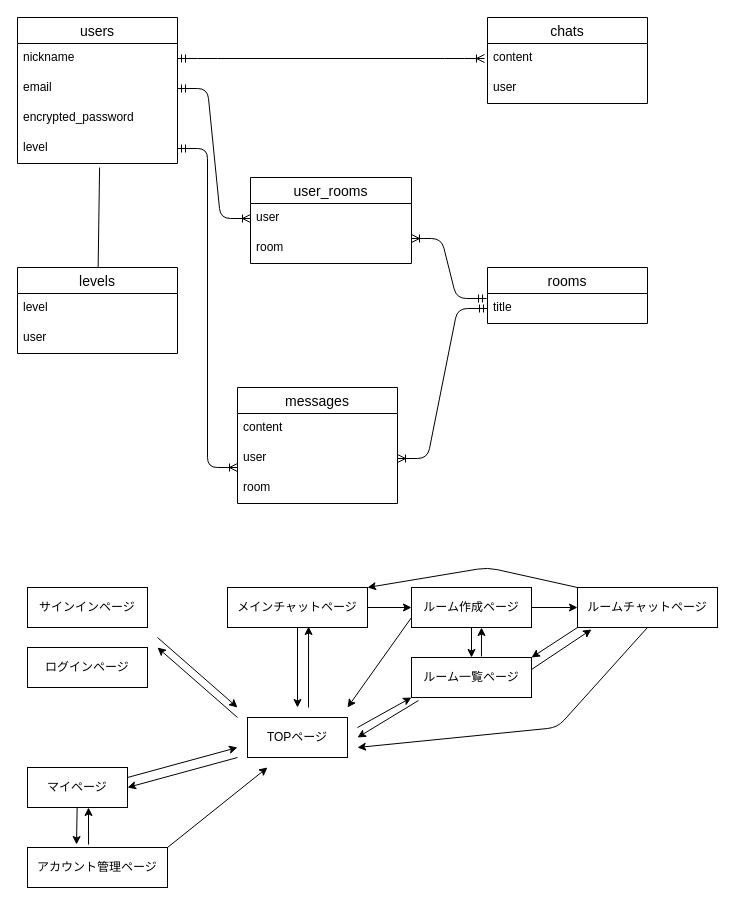
The draw.io diagram amigo.dio in pii-programmer/amigo, before the edit. Source tidied: cells renumbered, new cells numbered last; positions are measured from the earlier drawing's top-left corner, leaving out a move shared by most shapes. Both pictures are drawn from the tidied source at 100%, with x=0, y=0 at pixel (17, 17).
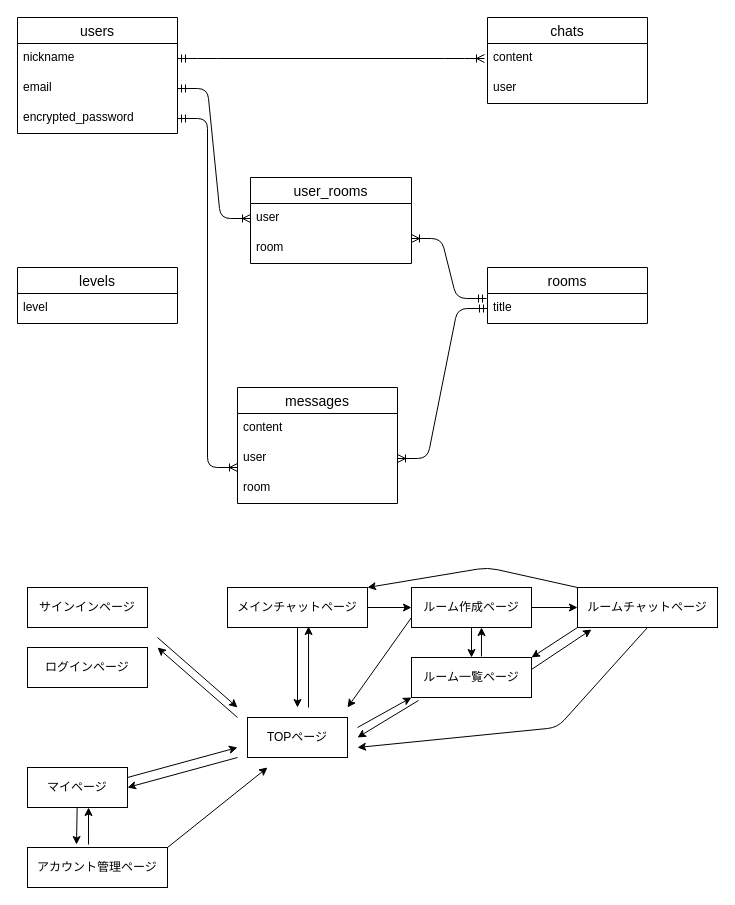
Above is the later version.

Commit message:
【DB編集】ER図も編集

The change refers to these unchanged cells:
```xml
<mxCell id="5" value="encrypted_password" style="text;strokeColor=none;fillColor=none;spacingLeft=4;spacingRight=4;overflow=hidden;points=[[0,0.5],[1,0.5]];portConstraint=eastwest;fontSize=12;" parent="2" vertex="1">
  <mxGeometry y="86" width="160" height="30" as="geometry" />
</mxCell>
```

What changed in the source:
```diff
@@
     <mxCell id="2" value="users" style="swimlane;fontStyle=0;horizontal=1;startSize=26;align=center;fontSize=14;" parent="1" vertex="1">
-      <mxGeometry width="160" height="146" as="geometry" />
+      <mxGeometry width="160" height="116" as="geometry" />
     </mxCell>
@@
-    <mxCell id="6" value="level" style="text;strokeColor=none;fillColor=none;spacingLeft=4;spacingRight=4;overflow=hidden;points=[[0,0.5],[1,0.5]];portConstraint=eastwest;fontSize=12;" parent="2" vertex="1">
-      <mxGeometry y="116" width="160" height="30" as="geometry" />
-    </mxCell>
@@
-    <mxCell id="22" style="edgeStyle=entityRelationEdgeStyle;fontSize=12;html=1;endArrow=ERoneToMany;startArrow=ERmandOne;exitX=1;exitY=0.5;exitDx=0;exitDy=0;" parent="1" edge="1" source="6">
+    <mxCell id="22" style="edgeStyle=entityRelationEdgeStyle;fontSize=12;html=1;endArrow=ERoneToMany;startArrow=ERmandOne;exitX=1;exitY=0.5;exitDx=0;exitDy=0;" parent="1" edge="1" source="5">
       <mxGeometry relative="1" as="geometry">
         <mxPoint x="220" y="450" as="targetPoint" />
       </mxGeometry>
     </mxCell>
@@
     <mxCell id="53" value="levels" style="swimlane;fontStyle=0;horizontal=1;startSize=26;align=center;fontSize=14;" parent="1" vertex="1">
-      <mxGeometry y="250" width="160" height="86" as="geometry" />
+      <mxGeometry y="250" width="160" height="56" as="geometry" />
     </mxCell>
@@
-    <mxCell id="55" value="user" style="text;strokeColor=none;fillColor=none;spacingLeft=4;spacingRight=4;overflow=hidden;fontSize=12;" parent="53" vertex="1">
-      <mxGeometry y="56" width="160" height="30" as="geometry" />
-    </mxCell>
-    <mxCell id="56" style="endArrow=none;html=1;rounded=0;exitX=0.513;exitY=1.133;exitDx=0;exitDy=0;exitPerimeter=0;" parent="1" edge="1" source="6" target="53">
-      <mxGeometry relative="1" as="geometry" />
-    </mxCell>
```
